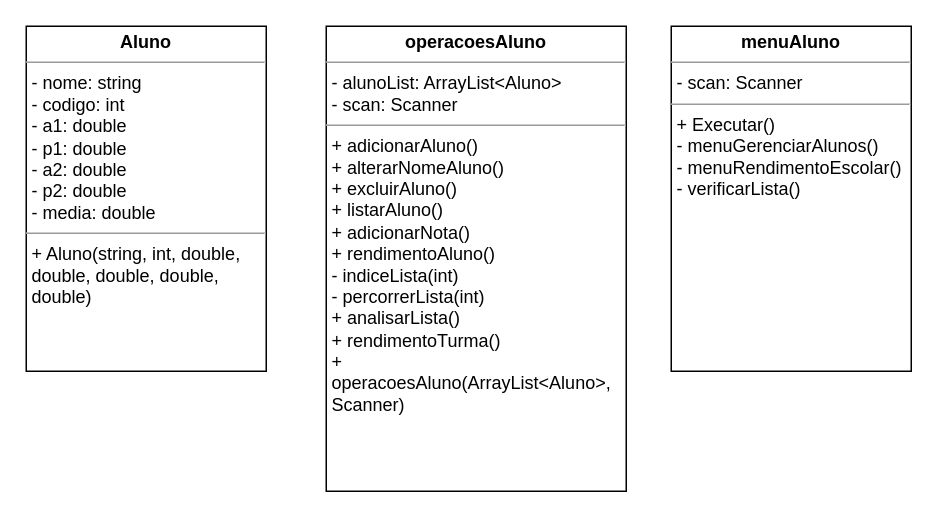
The draw.io diagram Atividade_A2/Projeto_A2.drawio in RyanBrittes/Faculdade_LOO, before the edit. Source tidied: cells renumbered, new cells numbered last; positions are measured from the earlier drawing's top-left corner, leaving out a move shared by most shapes. Both pictures are drawn from the tidied source at 150%, with x=0, y=0 at pixel (26, 26).
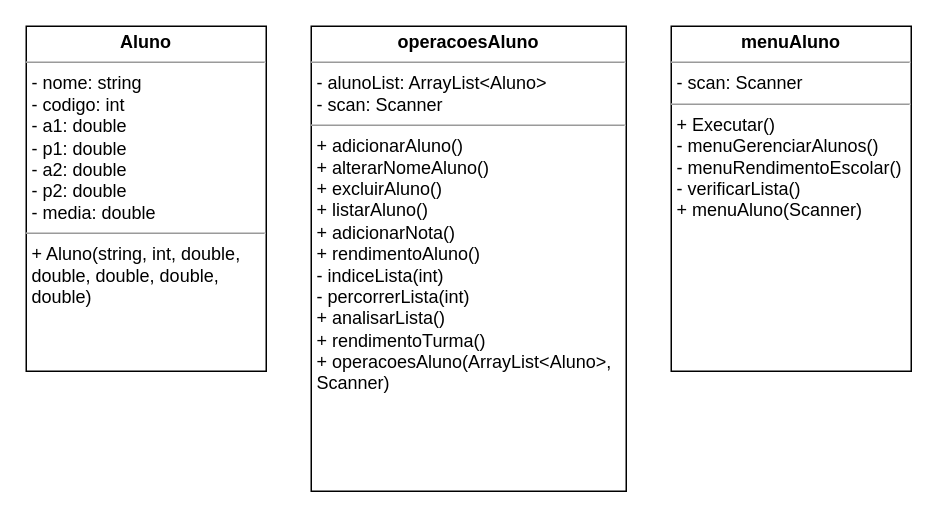
The same page after the edit.

Change to the diagram source:
```diff
@@
 <mxGraphModel>
   <root>
     <mxCell id="0" />
     <mxCell id="1" parent="0" />
     <mxCell id="2" value="&lt;p style=&quot;margin:0px;margin-top:4px;text-align:center;&quot;&gt;&lt;b&gt;Aluno&lt;/b&gt;&lt;/p&gt;&lt;hr size=&quot;1&quot;&gt;&lt;p style=&quot;margin:0px;margin-left:4px;&quot;&gt;- nome: string&lt;/p&gt;&lt;p style=&quot;margin:0px;margin-left:4px;&quot;&gt;- codigo: int&lt;/p&gt;&lt;p style=&quot;margin:0px;margin-left:4px;&quot;&gt;- a1: double&lt;/p&gt;&lt;p style=&quot;margin:0px;margin-left:4px;&quot;&gt;- p1: double&lt;/p&gt;&lt;p style=&quot;margin:0px;margin-left:4px;&quot;&gt;- a2: double&lt;/p&gt;&lt;p style=&quot;margin:0px;margin-left:4px;&quot;&gt;- p2: double&lt;/p&gt;&lt;p style=&quot;margin:0px;margin-left:4px;&quot;&gt;- media: double&lt;/p&gt;&lt;hr size=&quot;1&quot;&gt;&lt;p style=&quot;margin:0px;margin-left:4px;&quot;&gt;+ Aluno(string, int, double, double, double, double, double)&lt;/p&gt;&lt;p style=&quot;margin:0px;margin-left:4px;&quot;&gt;&lt;br&gt;&lt;/p&gt;&lt;p style=&quot;margin:0px;margin-left:4px;&quot;&gt;&lt;br&gt;&lt;/p&gt;" style="verticalAlign=top;align=left;overflow=fill;fontSize=12;fontFamily=Helvetica;html=1;whiteSpace=wrap;" parent="1" vertex="1">
       <mxGeometry width="160" height="230" as="geometry" />
     </mxCell>
-    <mxCell id="3" value="&lt;p style=&quot;margin:0px;margin-top:4px;text-align:center;&quot;&gt;&lt;b&gt;menuAluno&lt;/b&gt;&lt;/p&gt;&lt;hr size=&quot;1&quot;&gt;&lt;p style=&quot;margin:0px;margin-left:4px;&quot;&gt;- scan: Scanner&lt;/p&gt;&lt;hr size=&quot;1&quot;&gt;&lt;p style=&quot;margin:0px;margin-left:4px;&quot;&gt;+ Executar()&lt;/p&gt;&lt;p style=&quot;margin:0px;margin-left:4px;&quot;&gt;- menuGerenciarAlunos()&lt;/p&gt;&lt;p style=&quot;margin:0px;margin-left:4px;&quot;&gt;- menuRendimentoEscolar()&lt;/p&gt;&lt;p style=&quot;margin:0px;margin-left:4px;&quot;&gt;- verificarLista()&lt;/p&gt;" style="verticalAlign=top;align=left;overflow=fill;fontSize=12;fontFamily=Helvetica;html=1;whiteSpace=wrap;" parent="1" vertex="1">
+    <mxCell id="3" value="&lt;p style=&quot;margin:0px;margin-top:4px;text-align:center;&quot;&gt;&lt;b&gt;menuAluno&lt;/b&gt;&lt;/p&gt;&lt;hr size=&quot;1&quot;&gt;&lt;p style=&quot;margin:0px;margin-left:4px;&quot;&gt;- scan: Scanner&lt;/p&gt;&lt;hr size=&quot;1&quot;&gt;&lt;p style=&quot;margin:0px;margin-left:4px;&quot;&gt;+ Executar()&lt;/p&gt;&lt;p style=&quot;margin:0px;margin-left:4px;&quot;&gt;- menuGerenciarAlunos()&lt;/p&gt;&lt;p style=&quot;margin:0px;margin-left:4px;&quot;&gt;- menuRendimentoEscolar()&lt;/p&gt;&lt;p style=&quot;margin:0px;margin-left:4px;&quot;&gt;- verificarLista()&lt;/p&gt;&lt;p style=&quot;margin:0px;margin-left:4px;&quot;&gt;+ menuAluno(Scanner)&lt;/p&gt;" style="verticalAlign=top;align=left;overflow=fill;fontSize=12;fontFamily=Helvetica;html=1;whiteSpace=wrap;" parent="1" vertex="1">
       <mxGeometry x="430" width="160" height="230" as="geometry" />
     </mxCell>
     <mxCell id="4" value="&lt;p style=&quot;margin:0px;margin-top:4px;text-align:center;&quot;&gt;&lt;b&gt;operacoesAluno&lt;/b&gt;&lt;/p&gt;&lt;hr size=&quot;1&quot;&gt;&lt;p style=&quot;margin:0px;margin-left:4px;&quot;&gt;- alunoList: ArrayList&amp;lt;Aluno&amp;gt;&lt;/p&gt;&lt;p style=&quot;margin:0px;margin-left:4px;&quot;&gt;- scan: Scanner&lt;/p&gt;&lt;hr size=&quot;1&quot;&gt;&lt;p style=&quot;margin:0px;margin-left:4px;&quot;&gt;+ adicionarAluno()&lt;/p&gt;&lt;p style=&quot;margin:0px;margin-left:4px;&quot;&gt;+ alterarNomeAluno()&lt;/p&gt;&lt;p style=&quot;margin:0px;margin-left:4px;&quot;&gt;+ excluirAluno()&lt;/p&gt;&lt;p style=&quot;margin:0px;margin-left:4px;&quot;&gt;+ listarAluno()&lt;/p&gt;&lt;p style=&quot;margin:0px;margin-left:4px;&quot;&gt;+ adicionarNota()&lt;/p&gt;&lt;p style=&quot;margin:0px;margin-left:4px;&quot;&gt;+ rendimentoAluno()&lt;/p&gt;&lt;p style=&quot;margin:0px;margin-left:4px;&quot;&gt;- indiceLista(int)&lt;/p&gt;&lt;p style=&quot;margin:0px;margin-left:4px;&quot;&gt;- percorrerLista(int)&lt;/p&gt;&lt;p style=&quot;margin:0px;margin-left:4px;&quot;&gt;+ analisarLista()&lt;/p&gt;&lt;p style=&quot;margin:0px;margin-left:4px;&quot;&gt;+ rendimentoTurma()&lt;/p&gt;&lt;p style=&quot;margin:0px;margin-left:4px;&quot;&gt;+ operacoesAluno(ArrayList&amp;lt;Aluno&amp;gt;,&lt;/p&gt;&lt;p style=&quot;margin:0px;margin-left:4px;&quot;&gt;Scanner)&lt;/p&gt;" style="verticalAlign=top;align=left;overflow=fill;fontSize=12;fontFamily=Helvetica;html=1;whiteSpace=wrap;" parent="1" vertex="1">
-      <mxGeometry x="200" width="200" height="310" as="geometry" />
+      <mxGeometry x="190" width="210" height="310" as="geometry" />
     </mxCell>
   </root>
 </mxGraphModel>
```
